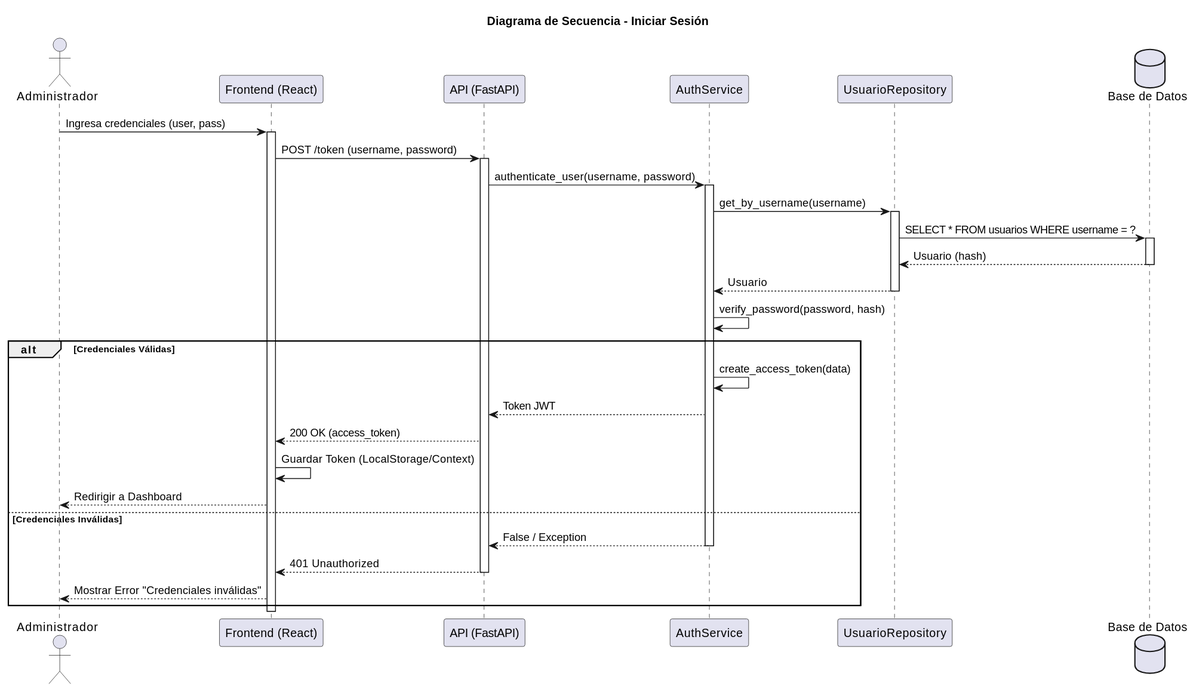
Before: images/RUP/02-diseño/casos-uso/iniciarSesion/secuencia.svg, a diagram exported from PlantUML (mmasias/pySigHor). Source of this version:
```plantuml
@startuml
title Diagrama de Secuencia - Iniciar Sesión

actor "Administrador" as Admin
participant "Frontend (React)" as FE
participant "API (FastAPI)" as API
participant "AuthService" as Auth
participant "UsuarioRepository" as Repo
database "Base de Datos" as DB

Admin -> FE: Ingresa credenciales (user, pass)
activate FE
FE -> API: POST /token (username, password)
activate API
API -> Auth: authenticate_user(username, password)
activate Auth
Auth -> Repo: get_by_username(username)
activate Repo
Repo -> DB: SELECT * FROM usuarios WHERE username = ?
activate DB
DB --> Repo: Usuario (hash)
deactivate DB
Repo --> Auth: Usuario
deactivate Repo
Auth -> Auth: verify_password(password, hash)
alt Credenciales Válidas
    Auth -> Auth: create_access_token(data)
    Auth --> API: Token JWT
    API --> FE: 200 OK (access_token)
    FE -> FE: Guardar Token (LocalStorage/Context)
    FE --> Admin: Redirigir a Dashboard
else Credenciales Inválidas
    Auth --> API: False / Exception
    deactivate Auth
    API --> FE: 401 Unauthorized
    deactivate API
    FE --> Admin: Mostrar Error "Credenciales inválidas"
end
deactivate FE
@enduml
```
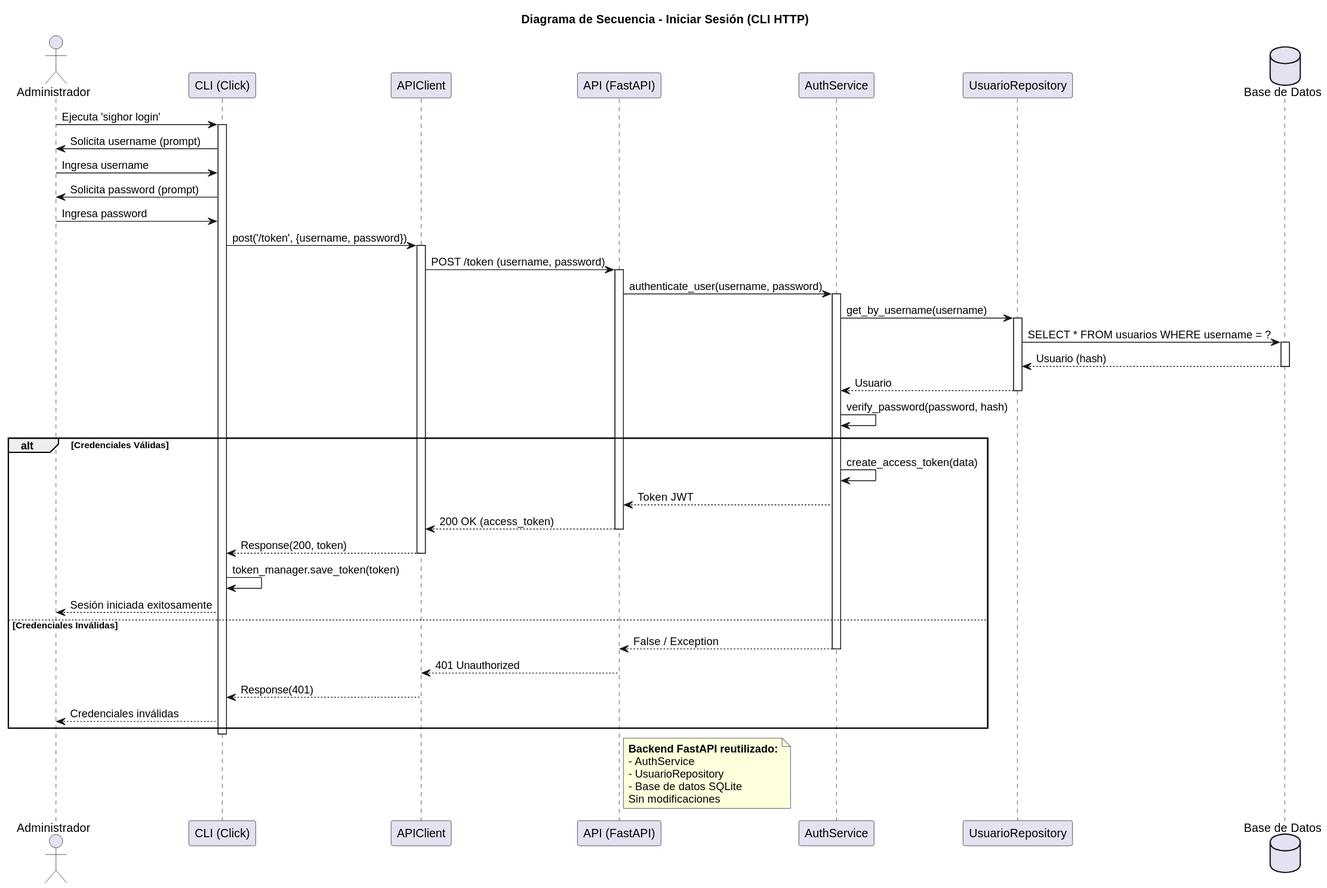
The same file after the commit.

What changed in the source:
```diff
@@ -1,16 +1,23 @@
 @startuml
-title Diagrama de Secuencia - Iniciar Sesión
+title Diagrama de Secuencia - Iniciar Sesión (CLI HTTP)
 
 actor "Administrador" as Admin
-participant "Frontend (React)" as FE
+participant "CLI (Click)" as CLI
+participant "APIClient" as Client
 participant "API (FastAPI)" as API
 participant "AuthService" as Auth
 participant "UsuarioRepository" as Repo
 database "Base de Datos" as DB
 
-Admin -> FE: Ingresa credenciales (user, pass)
-activate FE
-FE -> API: POST /token (username, password)
+Admin -> CLI: Ejecuta 'sighor login'
+activate CLI
+CLI -> Admin: Solicita username (prompt)
+Admin -> CLI: Ingresa username
+CLI -> Admin: Solicita password (prompt)
+Admin -> CLI: Ingresa password
+CLI -> Client: post('/token', {username, password})
+activate Client
+Client -> API: POST /token (username, password)
 activate API
 API -> Auth: authenticate_user(username, password)
 activate Auth
@@ -26,15 +33,28 @@
 alt Credenciales Válidas
     Auth -> Auth: create_access_token(data)
     Auth --> API: Token JWT
-    API --> FE: 200 OK (access_token)
-    FE -> FE: Guardar Token (LocalStorage/Context)
-    FE --> Admin: Redirigir a Dashboard
+    API --> Client: 200 OK (access_token)
+    deactivate API
+    Client --> CLI: Response(200, token)
+    deactivate Client
+    CLI -> CLI: token_manager.save_token(token)
+    CLI --> Admin: Sesión iniciada exitosamente
 else Credenciales Inválidas
     Auth --> API: False / Exception
     deactivate Auth
-    API --> FE: 401 Unauthorized
+    API --> Client: 401 Unauthorized
     deactivate API
-    FE --> Admin: Mostrar Error "Credenciales inválidas"
+    Client --> CLI: Response(401)
+    deactivate Client
+    CLI --> Admin: Credenciales inválidas
 end
-deactivate FE
+deactivate CLI
+
+note right of API
+  **Backend FastAPI reutilizado:**
+  - AuthService
+  - UsuarioRepository
+  - Base de datos SQLite
+  Sin modificaciones
+end note
 @enduml
```
